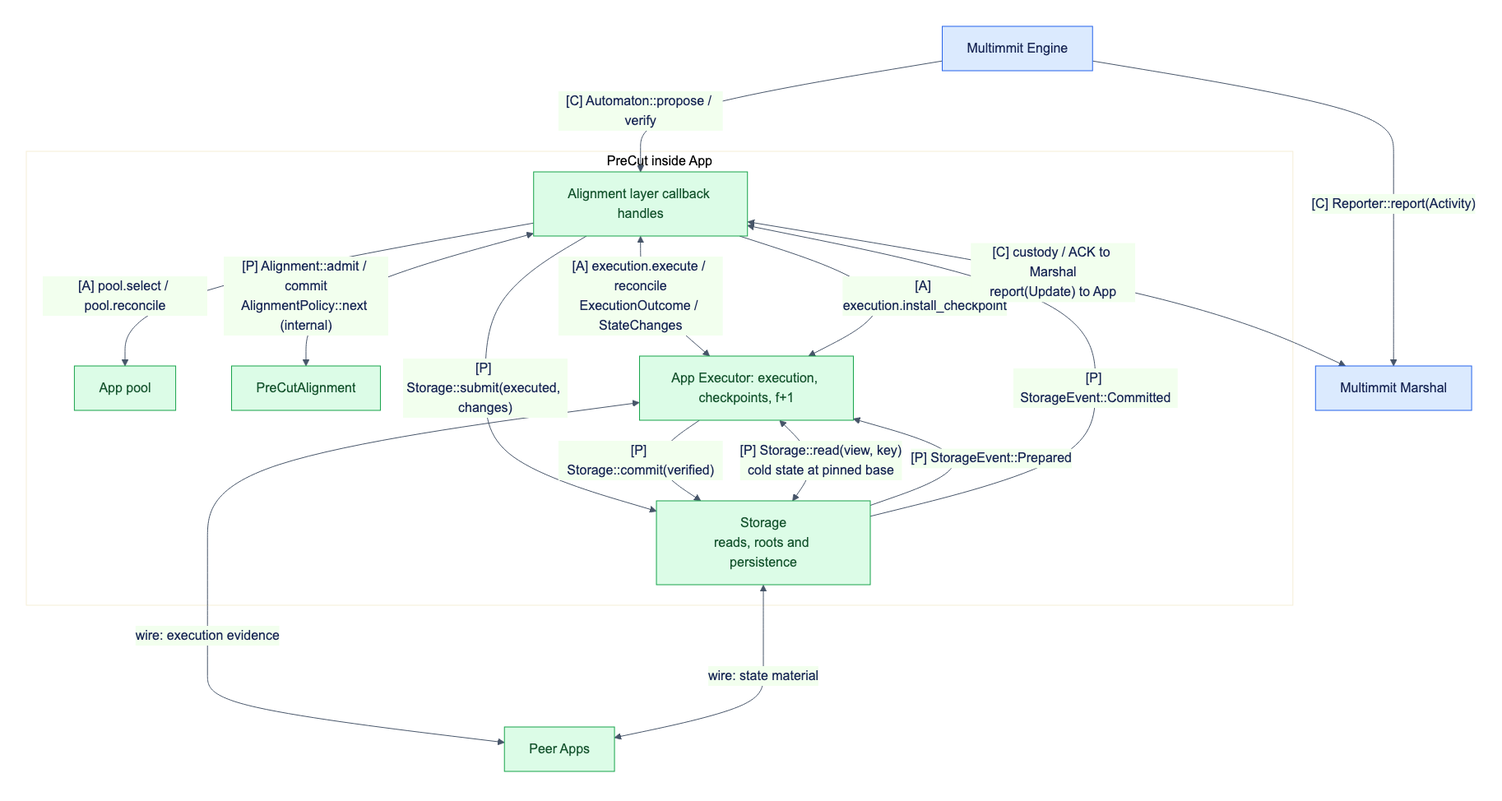
djm07073/baton keeps this Mermaid diagram as docs/assets/diagrams/diagram-19.png. Above is the earlier version. Its source is kept beside it as docs/assets/diagrams/diagram-19.mmd.
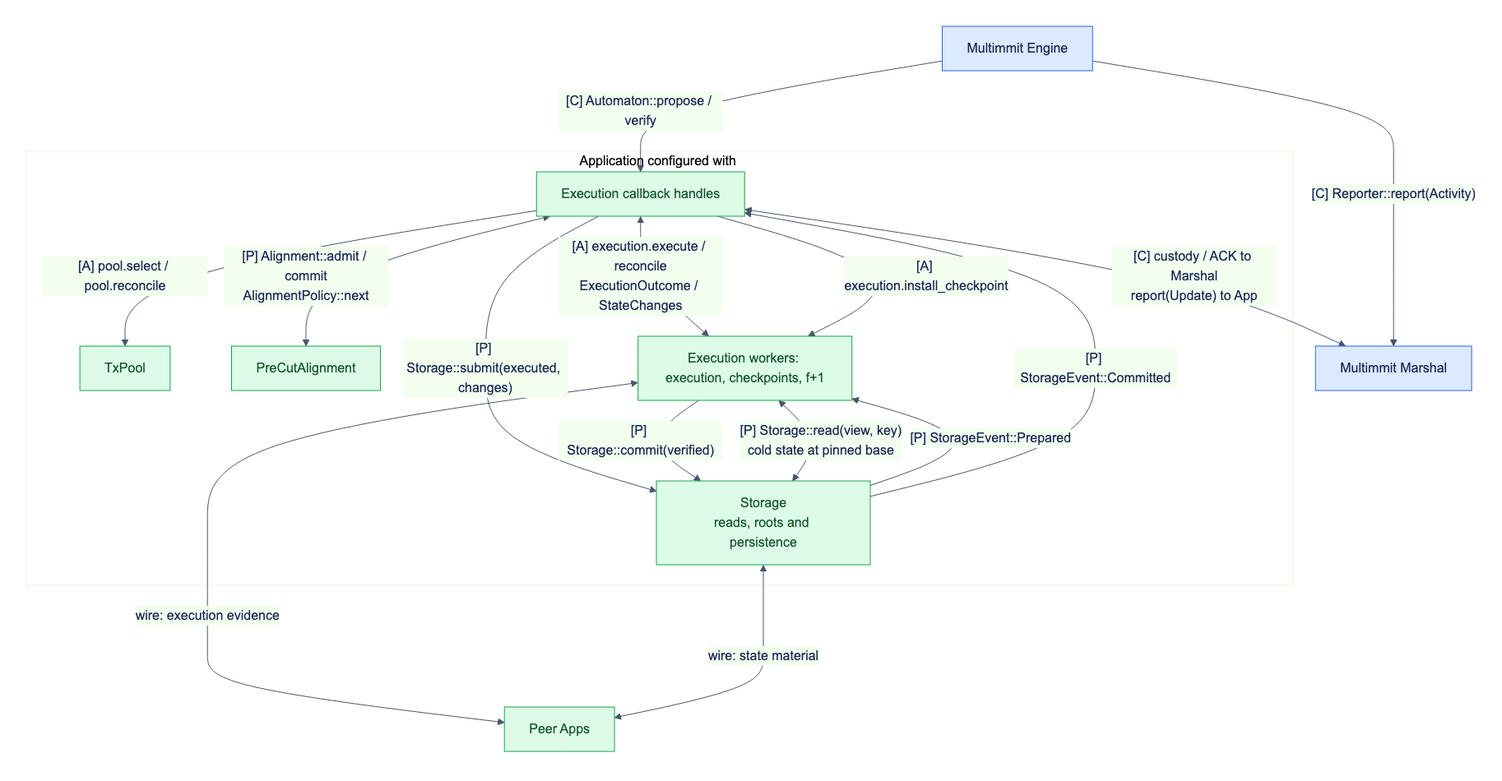
Above is the later version.

What changed in the source:
```diff
@@ -1,10 +1,10 @@
 flowchart TB
     N["Multimmit Engine"] -->|"[C] Automaton::propose / verify"| I
     N -->|"[C] Reporter::report(Activity)"| M["Multimmit Marshal"]
-    subgraph A["PreCut inside App"]
-        I["Alignment layer callback handles"] -->|"[A] pool.select / pool.reconcile"| T["App pool"]
-        I <-->|"[P] Alignment::admit / commit<br/>AlignmentPolicy::next (internal)"| Q["PreCutAlignment"]
-        I <-->|"[A] execution.execute / reconcile<br/>ExecutionOutcome / StateChanges"| E["App Executor: execution, checkpoints, f+1"]
+    subgraph A["Application configured with PreCut"]
+        I["Execution callback handles"] -->|"[A] pool.select / pool.reconcile"| T["TxPool"]
+        I <-->|"[P] Alignment::admit / commit<br/>AlignmentPolicy::next"| Q["PreCutAlignment"]
+        I <-->|"[A] execution.execute / reconcile<br/>ExecutionOutcome / StateChanges"| E["Execution workers: execution, checkpoints, f+1"]
         I -->|"[P] Storage::submit(executed, changes)"| S["Storage<br/>reads, roots and persistence"]
         S -->|"[P] StorageEvent::Prepared"| E
         E -->|"[P] Storage::commit(verified)"| S
```
